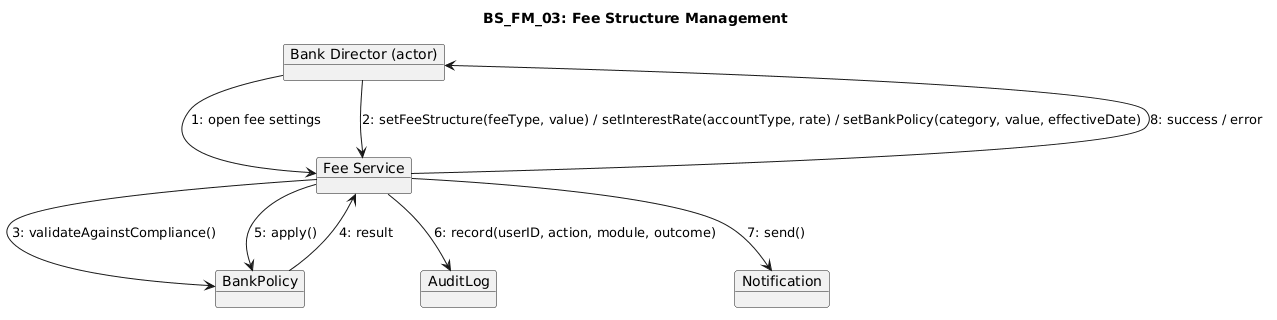
erindkotobelli12/BankManagementSystem keeps this PlantUML diagram as Diagrams/Collaboration Diagrams/BS_FM_03.png. Above is the earlier version.
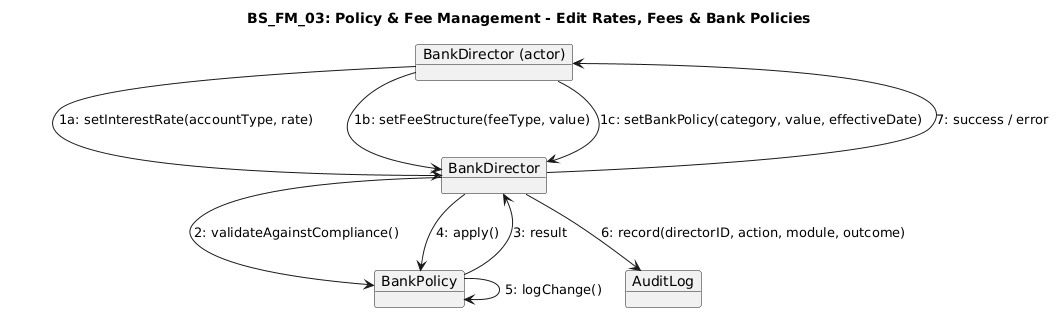
Above is the later version.

Change to the diagram source:
```diff
@@ -1,22 +1,21 @@
 @startuml
-title BS_FM_03: Fee Structure Management
+title BS_FM_03: Policy & Fee Management - Edit Rates, Fees & Bank Policies
 
-object "Bank Director (actor)" as BD
-object "Fee Service" as FS
-object "BankPolicy" as F
+object "BankDirector (actor)" as BD
+object "BankDirector" as DC
+object "BankPolicy" as P
 object "AuditLog" as AL
-object "Notification" as NS
 
-BD --> FS : 1: open fee settings
-BD --> FS : 2: setFeeStructure(feeType, value) / setInterestRate(accountType, rate) / setBankPolicy(category, value, effectiveDate)
+BD --> DC : 1a: setInterestRate(accountType, rate)
+BD --> DC : 1b: setFeeStructure(feeType, value)
+BD --> DC : 1c: setBankPolicy(category, value, effectiveDate)
 
-FS --> F : 3: validateAgainstCompliance()
-F --> FS : 4: result
+DC --> P : 2: validateAgainstCompliance()
+P --> DC : 3: result
 
-FS --> F : 5: apply()
+DC --> P : 4: apply()
+P --> P : 5: logChange()
 
-FS --> AL : 6: record(userID, action, module, outcome)
-FS --> NS : 7: send()
-
-FS --> BD : 8: success / error
+DC --> AL : 6: record(directorID, action, module, outcome)
+DC --> BD : 7: success / error
 @enduml
```
